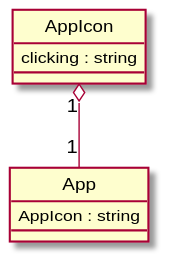
This is Diagrams/2016-USC-Project03.svg from xixixhalu/DomainModelExtractor, a PlantUML export, as it was before one commit.
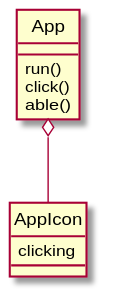
The same file after the commit.

The edit, as a diff of the source:
```diff
@@ -1,10 +1,12 @@
 @startuml
 hide circle
 class AppIcon {
-	clicking : string
+	clicking
 }
 class App {
-	AppIcon : string
+	run()
+	click()
+	able()
 }
-AppIcon "1" o-- "1" App
+App o-- AppIcon
 @enduml
```
